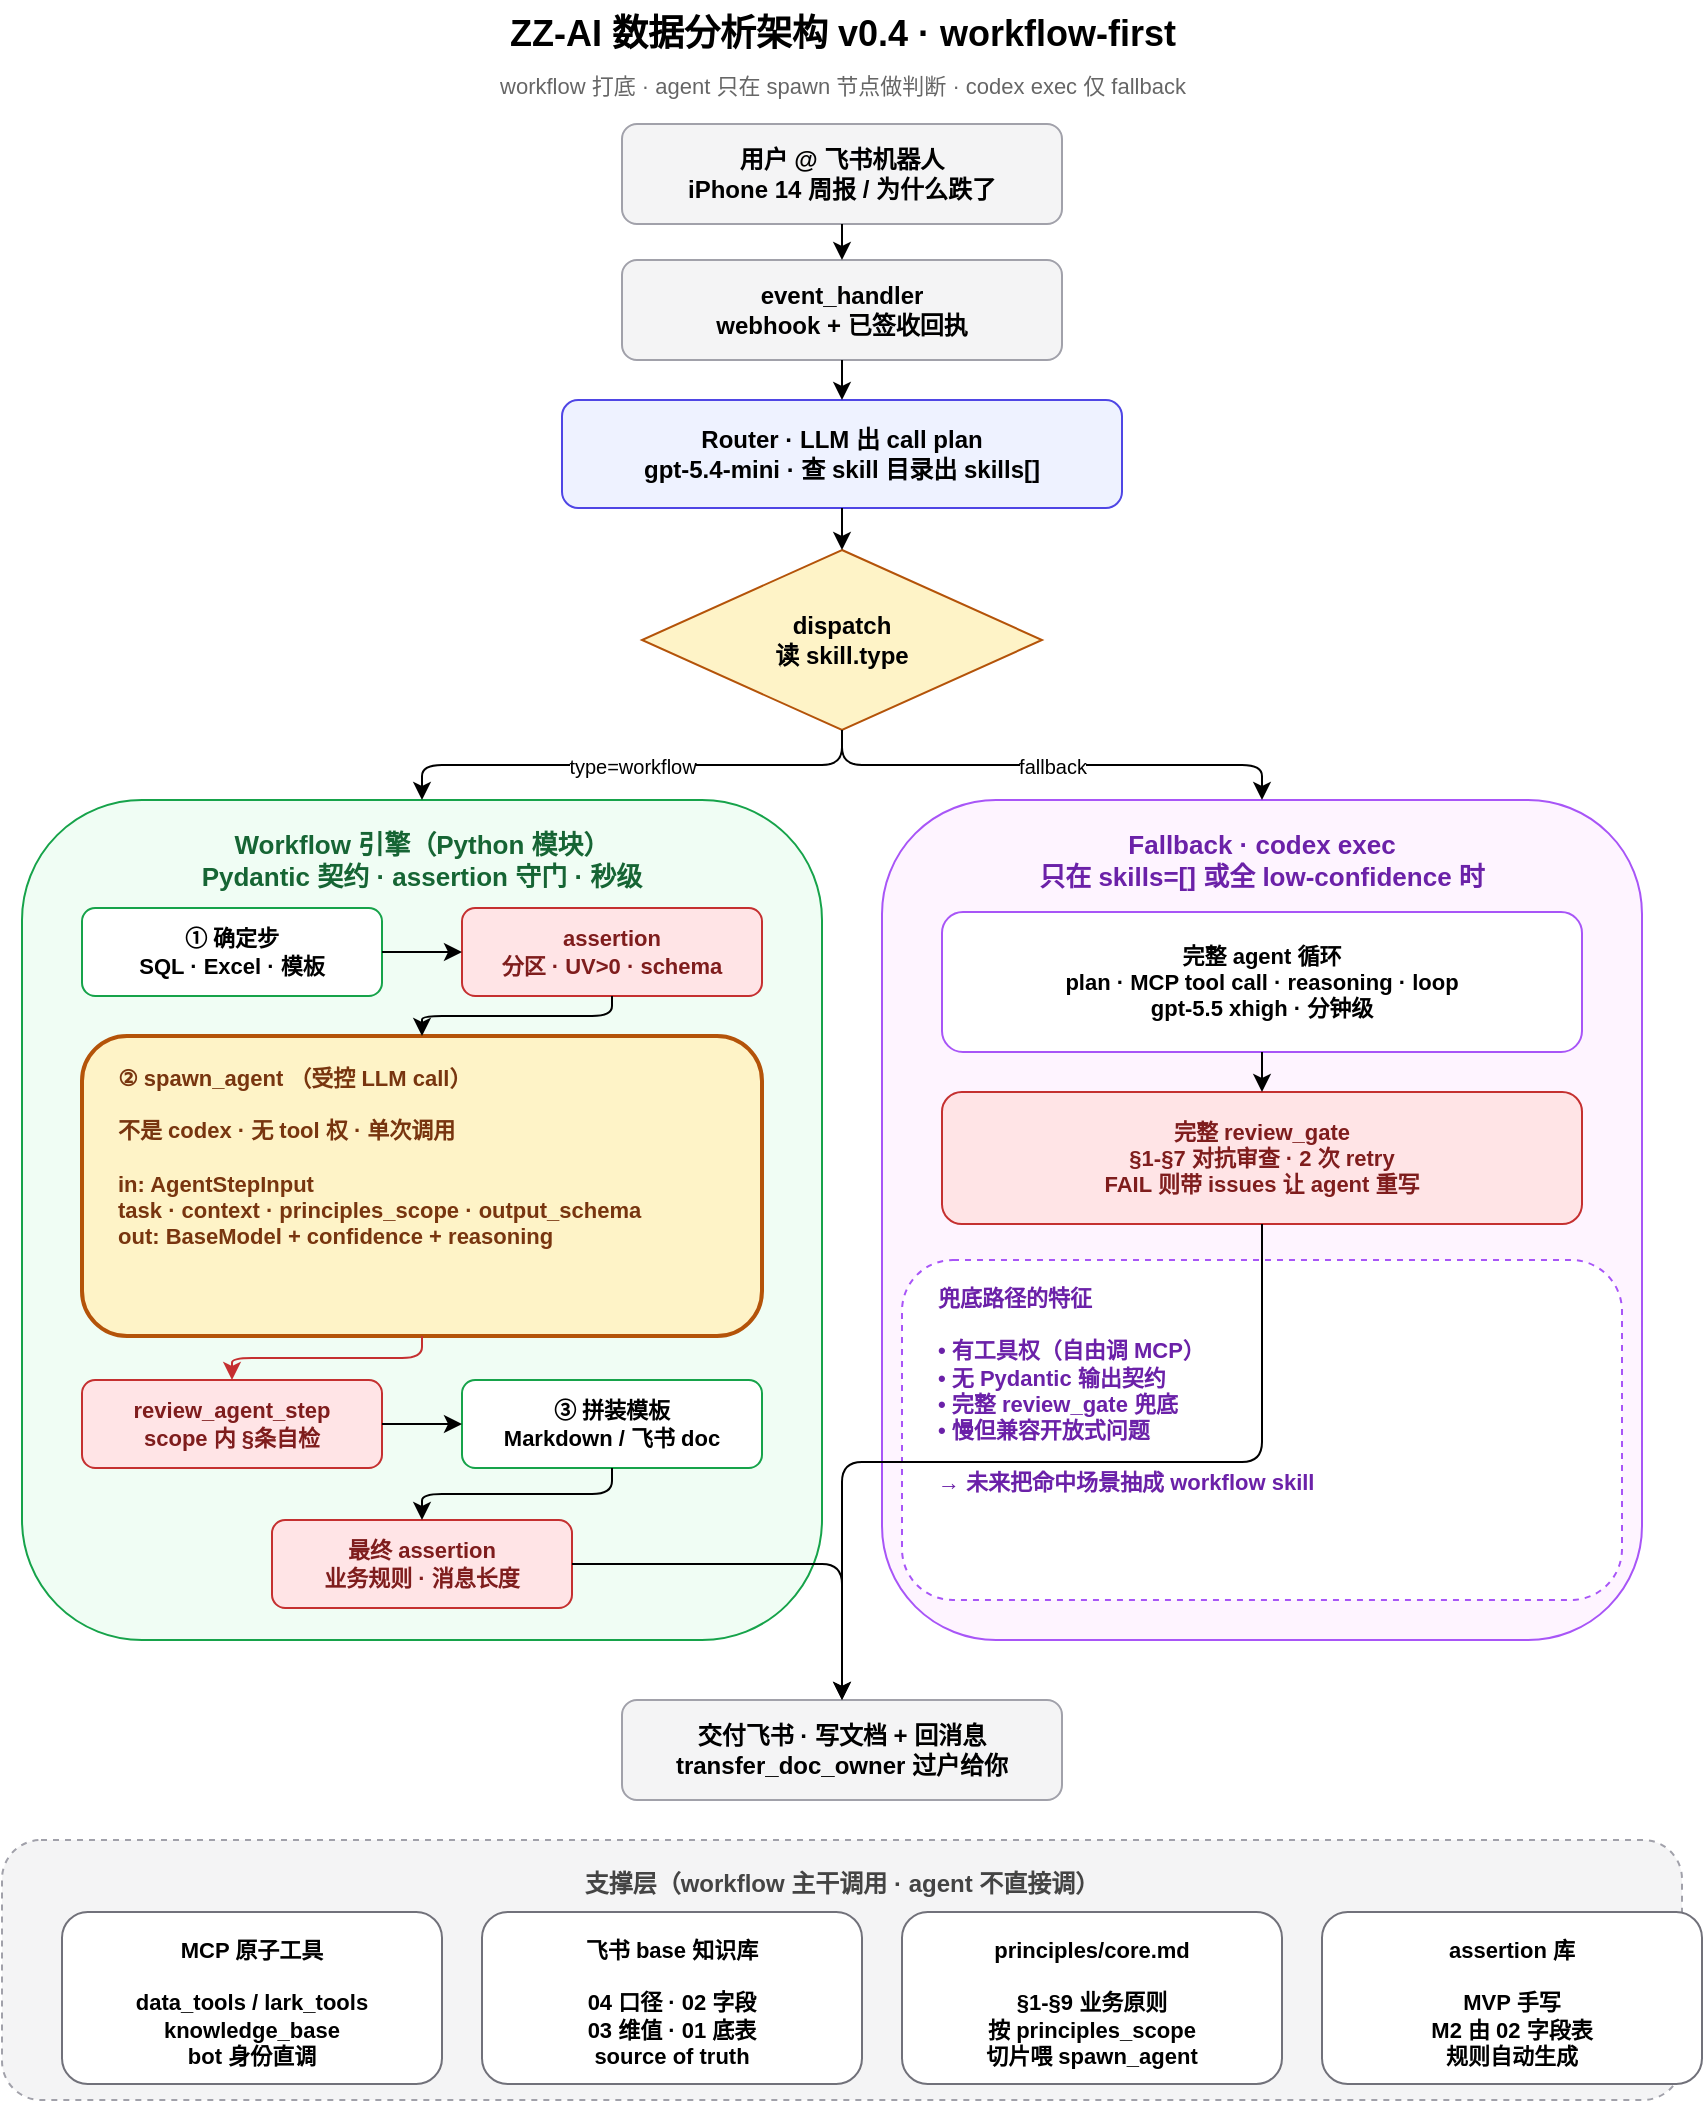
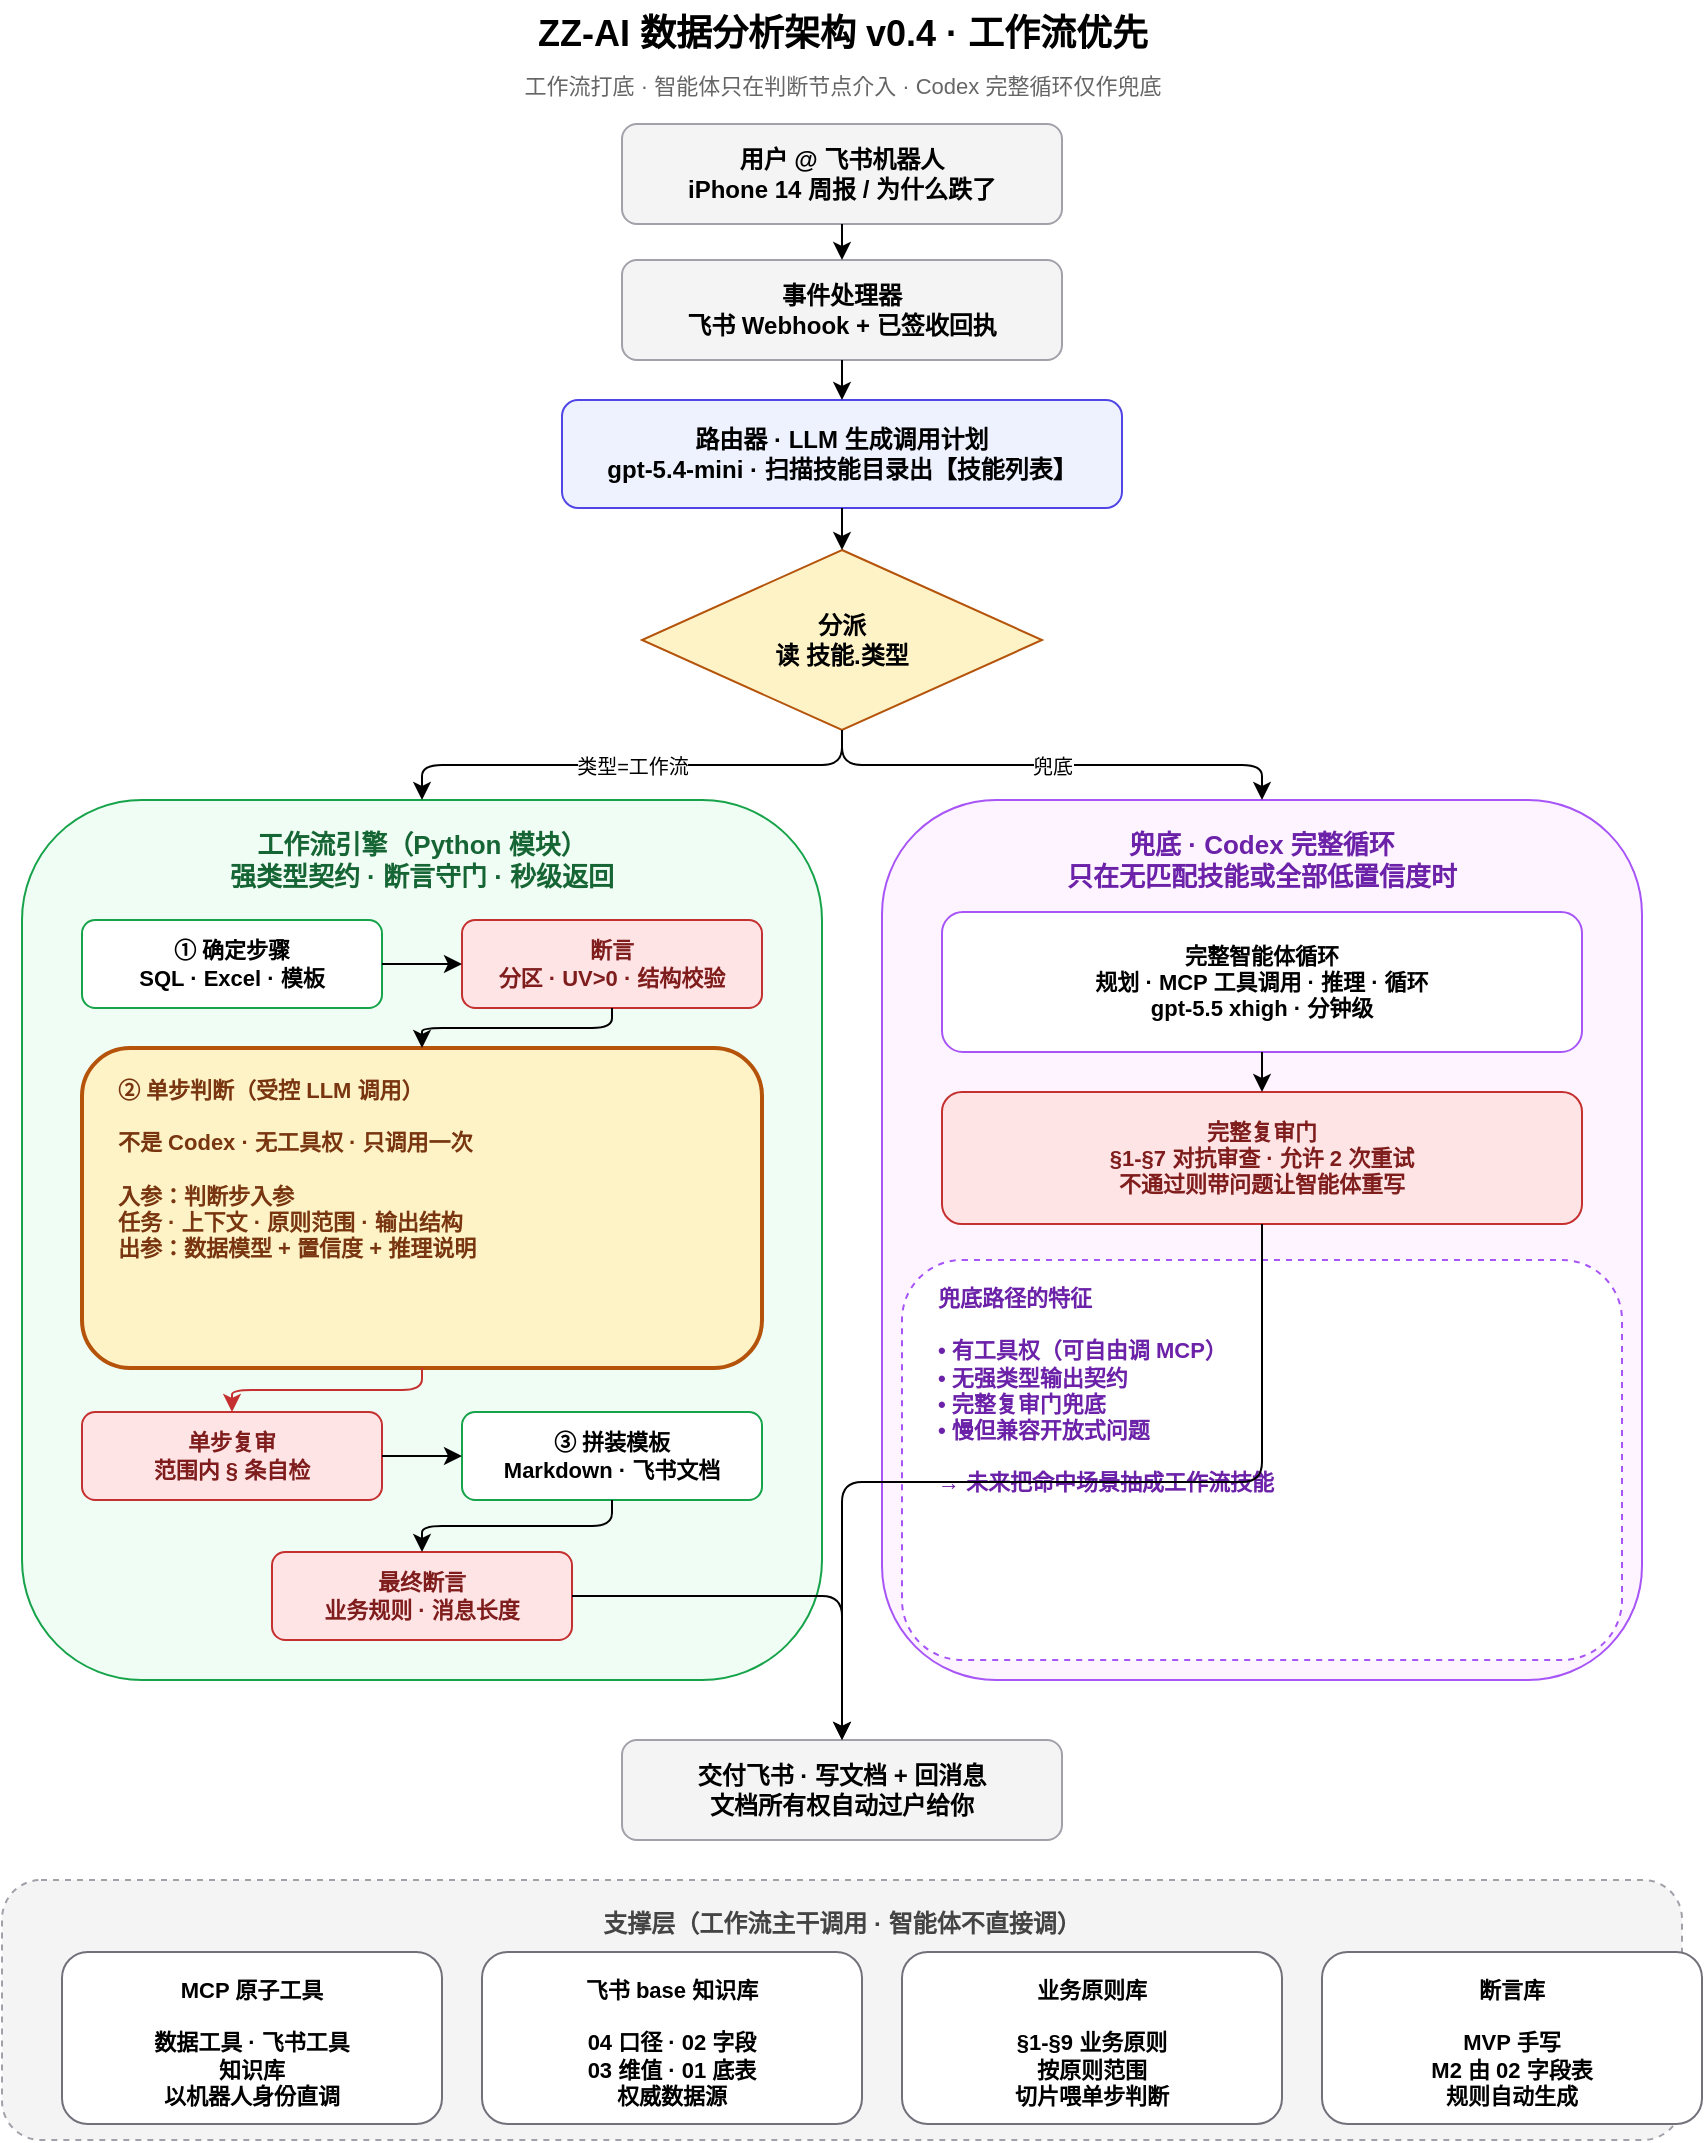
<mxfile host="app.diagrams.net" agent="claude" version="24.0.0">
-   <diagram name="v0.4-workflow-first" id="arch">
-     <mxGraphModel dx="1422" dy="900" grid="1" gridSize="10" guides="1" tooltips="1" connect="1" arrows="1" fold="1" page="1" pageScale="1" pageWidth="940" pageHeight="1020" math="0" shadow="0">
+   <diagram name="v0.4-workflow-first-cn" id="arch">
+     <mxGraphModel dx="1422" dy="900" grid="1" gridSize="10" guides="1" tooltips="1" connect="1" arrows="1" fold="1" page="1" pageScale="1" pageWidth="940" pageHeight="1080" math="0" shadow="0">
      <root>
        <mxCell id="0"/>
        <mxCell id="1" parent="0"/>
-         <mxCell id="title" value="ZZ-AI 数据分析架构 v0.4 · workflow-first" style="text;html=1;strokeColor=none;fillColor=none;align=center;fontSize=18;fontStyle=1" vertex="1" parent="1"><mxGeometry x="220" y="10" width="500" height="30" as="geometry"/></mxCell>
-         <mxCell id="subtitle" value="workflow 打底 · agent 只在 spawn 节点做判断 · codex exec 仅 fallback" style="text;html=1;strokeColor=none;fillColor=none;align=center;fontSize=11;fontColor=#666" vertex="1" parent="1"><mxGeometry x="220" y="40" width="500" height="20" as="geometry"/></mxCell>
+         <mxCell id="title" value="ZZ-AI 数据分析架构 v0.4 · 工作流优先" style="text;html=1;strokeColor=none;fillColor=none;align=center;fontSize=18;fontStyle=1" vertex="1" parent="1"><mxGeometry x="220" y="10" width="500" height="30" as="geometry"/></mxCell>
+         <mxCell id="subtitle" value="工作流打底 · 智能体只在判断节点介入 · Codex 完整循环仅作兜底" style="text;html=1;strokeColor=none;fillColor=none;align=center;fontSize=11;fontColor=#666" vertex="1" parent="1"><mxGeometry x="220" y="40" width="500" height="20" as="geometry"/></mxCell>
        <mxCell id="user" value="用户 @ 飞书机器人&#10;iPhone 14 周报 / 为什么跌了" style="rounded=1;whiteSpace=wrap;html=1;fillColor=#f4f4f5;strokeColor=#a1a1aa;fontSize=12;fontStyle=1" vertex="1" parent="1"><mxGeometry x="360" y="72" width="220" height="50" as="geometry"/></mxCell>
-         <mxCell id="event" value="event_handler&#10;webhook + 已签收回执" style="rounded=1;whiteSpace=wrap;html=1;fillColor=#f4f4f5;strokeColor=#a1a1aa;fontSize=12;fontStyle=1" vertex="1" parent="1"><mxGeometry x="360" y="140" width="220" height="50" as="geometry"/></mxCell>
-         <mxCell id="router" value="Router · LLM 出 call plan&#10;gpt-5.4-mini · 查 skill 目录出 skills[]" style="rounded=1;whiteSpace=wrap;html=1;fillColor=#eef2ff;strokeColor=#4f46e5;fontSize=12;fontStyle=1" vertex="1" parent="1"><mxGeometry x="330" y="210" width="280" height="54" as="geometry"/></mxCell>
-         <mxCell id="dispatch" value="dispatch&#10;读 skill.type" style="rhombus;whiteSpace=wrap;html=1;fillColor=#fef3c7;strokeColor=#b45309;fontSize=12;fontStyle=1" vertex="1" parent="1"><mxGeometry x="370" y="285" width="200" height="90" as="geometry"/></mxCell>
-         <mxCell id="wf-container" value="Workflow 引擎（Python 模块）&#10;Pydantic 契约 · assertion 守门 · 秒级" style="rounded=1;whiteSpace=wrap;html=1;fillColor=#f0fdf4;strokeColor=#16a34a;fontSize=13;fontStyle=1;fontColor=#166534;verticalAlign=top;spacingTop=8" vertex="1" parent="1"><mxGeometry x="60" y="410" width="400" height="420" as="geometry"/></mxCell>
-         <mxCell id="wf1" value="① 确定步&#10;SQL · Excel · 模板" style="rounded=1;whiteSpace=wrap;html=1;fillColor=#ffffff;strokeColor=#16a34a;fontSize=11;fontStyle=1" vertex="1" parent="1"><mxGeometry x="90" y="464" width="150" height="44" as="geometry"/></mxCell>
-         <mxCell id="wf-assert1" value="assertion&#10;分区 · UV&gt;0 · schema" style="rounded=1;whiteSpace=wrap;html=1;fillColor=#ffe4e6;strokeColor=#c53030;fontSize=11;fontStyle=1;fontColor=#7f1d1d" vertex="1" parent="1"><mxGeometry x="280" y="464" width="150" height="44" as="geometry"/></mxCell>
-         <mxCell id="spawn" value="② spawn_agent （受控 LLM call）&#10;&#10;不是 codex · 无 tool 权 · 单次调用&#10;&#10;in:  AgentStepInput&#10;      task · context · principles_scope · output_schema&#10;out: BaseModel + confidence + reasoning" style="rounded=1;whiteSpace=wrap;html=1;fillColor=#fef3c7;strokeColor=#b45309;strokeWidth=2;fontSize=11;fontStyle=1;fontColor=#78350f;align=left;spacingLeft=16;spacingRight=12;spacingTop=8;spacingBottom=8;verticalAlign=top" vertex="1" parent="1"><mxGeometry x="90" y="528" width="340" height="150" as="geometry"/></mxCell>
-         <mxCell id="wf-review" value="review_agent_step&#10;scope 内 §条自检" style="rounded=1;whiteSpace=wrap;html=1;fillColor=#ffe4e6;strokeColor=#c53030;fontSize=11;fontStyle=1;fontColor=#7f1d1d" vertex="1" parent="1"><mxGeometry x="90" y="700" width="150" height="44" as="geometry"/></mxCell>
-         <mxCell id="wf3" value="③ 拼装模板&#10;Markdown / 飞书 doc" style="rounded=1;whiteSpace=wrap;html=1;fillColor=#ffffff;strokeColor=#16a34a;fontSize=11;fontStyle=1" vertex="1" parent="1"><mxGeometry x="280" y="700" width="150" height="44" as="geometry"/></mxCell>
-         <mxCell id="wf-final" value="最终 assertion&#10;业务规则 · 消息长度" style="rounded=1;whiteSpace=wrap;html=1;fillColor=#ffe4e6;strokeColor=#c53030;fontSize=11;fontStyle=1;fontColor=#7f1d1d" vertex="1" parent="1"><mxGeometry x="185" y="770" width="150" height="44" as="geometry"/></mxCell>
-         <mxCell id="fb-container" value="Fallback · codex exec&#10;只在 skills=[] 或全 low-confidence 时" style="rounded=1;whiteSpace=wrap;html=1;fillColor=#fef4ff;strokeColor=#a855f7;fontSize=13;fontStyle=1;fontColor=#6b21a8;verticalAlign=top;spacingTop=8" vertex="1" parent="1"><mxGeometry x="490" y="410" width="380" height="420" as="geometry"/></mxCell>
-         <mxCell id="fb-loop" value="完整 agent 循环&#10;plan · MCP tool call · reasoning · loop&#10;gpt-5.5 xhigh · 分钟级" style="rounded=1;whiteSpace=wrap;html=1;fillColor=#ffffff;strokeColor=#a855f7;fontSize=11;fontStyle=1" vertex="1" parent="1"><mxGeometry x="520" y="466" width="320" height="70" as="geometry"/></mxCell>
-         <mxCell id="fb-review" value="完整 review_gate&#10;§1-§7 对抗审查 · 2 次 retry&#10;FAIL 则带 issues 让 agent 重写" style="rounded=1;whiteSpace=wrap;html=1;fillColor=#ffe4e6;strokeColor=#c53030;fontSize=11;fontStyle=1;fontColor=#7f1d1d" vertex="1" parent="1"><mxGeometry x="520" y="556" width="320" height="66" as="geometry"/></mxCell>
-         <mxCell id="fb-notes" value="兜底路径的特征&#10;&#10;• 有工具权（自由调 MCP）&#10;• 无 Pydantic 输出契约&#10;• 完整 review_gate 兜底&#10;• 慢但兼容开放式问题&#10;&#10;→ 未来把命中场景抽成 workflow skill" style="rounded=1;whiteSpace=wrap;html=1;fillColor=#ffffff;strokeColor=#a855f7;dashed=1;fontSize=11;fontStyle=1;fontColor=#6b21a8;align=left;spacingLeft=16;verticalAlign=top;spacingTop=6" vertex="1" parent="1"><mxGeometry x="500" y="640" width="360" height="170" as="geometry"/></mxCell>
-         <mxCell id="deliver" value="交付飞书 · 写文档 + 回消息&#10;transfer_doc_owner 过户给你" style="rounded=1;whiteSpace=wrap;html=1;fillColor=#f4f4f5;strokeColor=#a1a1aa;fontSize=12;fontStyle=1" vertex="1" parent="1"><mxGeometry x="360" y="860" width="220" height="50" as="geometry"/></mxCell>
-         <mxCell id="sup" value="支撑层（workflow 主干调用 · agent 不直接调）" style="rounded=1;whiteSpace=wrap;html=1;fillColor=#f4f4f5;strokeColor=#a1a1aa;dashed=1;fontSize=12;fontStyle=1;verticalAlign=top;fontColor=#444;spacingTop=8" vertex="1" parent="1"><mxGeometry x="50" y="930" width="840" height="130" as="geometry"/></mxCell>
-         <mxCell id="sup-mcp" value="MCP 原子工具&#10;&#10;data_tools / lark_tools&#10;knowledge_base&#10;bot 身份直调" style="rounded=1;whiteSpace=wrap;html=1;fillColor=#ffffff;strokeColor=#71717a;fontSize=11;fontStyle=1;verticalAlign=top;spacingTop=6" vertex="1" parent="1"><mxGeometry x="80" y="966" width="190" height="86" as="geometry"/></mxCell>
-         <mxCell id="sup-base" value="飞书 base 知识库&#10;&#10;04 口径 · 02 字段&#10;03 维值 · 01 底表&#10;source of truth" style="rounded=1;whiteSpace=wrap;html=1;fillColor=#ffffff;strokeColor=#71717a;fontSize=11;fontStyle=1;verticalAlign=top;spacingTop=6" vertex="1" parent="1"><mxGeometry x="290" y="966" width="190" height="86" as="geometry"/></mxCell>
-         <mxCell id="sup-princ" value="principles/core.md&#10;&#10;§1-§9 业务原则&#10;按 principles_scope&#10;切片喂 spawn_agent" style="rounded=1;whiteSpace=wrap;html=1;fillColor=#ffffff;strokeColor=#71717a;fontSize=11;fontStyle=1;verticalAlign=top;spacingTop=6" vertex="1" parent="1"><mxGeometry x="500" y="966" width="190" height="86" as="geometry"/></mxCell>
-         <mxCell id="sup-assert" value="assertion 库&#10;&#10;MVP 手写&#10;M2 由 02 字段表&#10;规则自动生成" style="rounded=1;whiteSpace=wrap;html=1;fillColor=#ffffff;strokeColor=#71717a;fontSize=11;fontStyle=1;verticalAlign=top;spacingTop=6" vertex="1" parent="1"><mxGeometry x="710" y="966" width="190" height="86" as="geometry"/></mxCell>
+         <mxCell id="event" value="事件处理器&#10;飞书 Webhook + 已签收回执" style="rounded=1;whiteSpace=wrap;html=1;fillColor=#f4f4f5;strokeColor=#a1a1aa;fontSize=12;fontStyle=1" vertex="1" parent="1"><mxGeometry x="360" y="140" width="220" height="50" as="geometry"/></mxCell>
+         <mxCell id="router" value="路由器 · LLM 生成调用计划&#10;gpt-5.4-mini · 扫描技能目录出【技能列表】" style="rounded=1;whiteSpace=wrap;html=1;fillColor=#eef2ff;strokeColor=#4f46e5;fontSize=12;fontStyle=1" vertex="1" parent="1"><mxGeometry x="330" y="210" width="280" height="54" as="geometry"/></mxCell>
+         <mxCell id="dispatch" value="分派&#10;读 技能.类型" style="rhombus;whiteSpace=wrap;html=1;fillColor=#fef3c7;strokeColor=#b45309;fontSize=12;fontStyle=1" vertex="1" parent="1"><mxGeometry x="370" y="285" width="200" height="90" as="geometry"/></mxCell>
+         <mxCell id="wf-container" value="工作流引擎（Python 模块）&#10;强类型契约 · 断言守门 · 秒级返回" style="rounded=1;whiteSpace=wrap;html=1;fillColor=#f0fdf4;strokeColor=#16a34a;fontSize=13;fontStyle=1;fontColor=#166534;verticalAlign=top;spacingTop=8" vertex="1" parent="1"><mxGeometry x="60" y="410" width="400" height="440" as="geometry"/></mxCell>
+         <mxCell id="wf1" value="① 确定步骤&#10;SQL · Excel · 模板" style="rounded=1;whiteSpace=wrap;html=1;fillColor=#ffffff;strokeColor=#16a34a;fontSize=11;fontStyle=1" vertex="1" parent="1"><mxGeometry x="90" y="470" width="150" height="44" as="geometry"/></mxCell>
+         <mxCell id="wf-assert1" value="断言&#10;分区 · UV&gt;0 · 结构校验" style="rounded=1;whiteSpace=wrap;html=1;fillColor=#ffe4e6;strokeColor=#c53030;fontSize=11;fontStyle=1;fontColor=#7f1d1d" vertex="1" parent="1"><mxGeometry x="280" y="470" width="150" height="44" as="geometry"/></mxCell>
+         <mxCell id="spawn" value="② 单步判断（受控 LLM 调用）&#10;&#10;不是 Codex · 无工具权 · 只调用一次&#10;&#10;入参：判断步入参&#10;      任务 · 上下文 · 原则范围 · 输出结构&#10;出参：数据模型 + 置信度 + 推理说明" style="rounded=1;whiteSpace=wrap;html=1;fillColor=#fef3c7;strokeColor=#b45309;strokeWidth=2;fontSize=11;fontStyle=1;fontColor=#78350f;align=left;spacingLeft=16;spacingRight=12;spacingTop=8;spacingBottom=8;verticalAlign=top" vertex="1" parent="1"><mxGeometry x="90" y="534" width="340" height="160" as="geometry"/></mxCell>
+         <mxCell id="wf-review" value="单步复审&#10;范围内 § 条自检" style="rounded=1;whiteSpace=wrap;html=1;fillColor=#ffe4e6;strokeColor=#c53030;fontSize=11;fontStyle=1;fontColor=#7f1d1d" vertex="1" parent="1"><mxGeometry x="90" y="716" width="150" height="44" as="geometry"/></mxCell>
+         <mxCell id="wf3" value="③ 拼装模板&#10;Markdown · 飞书文档" style="rounded=1;whiteSpace=wrap;html=1;fillColor=#ffffff;strokeColor=#16a34a;fontSize=11;fontStyle=1" vertex="1" parent="1"><mxGeometry x="280" y="716" width="150" height="44" as="geometry"/></mxCell>
+         <mxCell id="wf-final" value="最终断言&#10;业务规则 · 消息长度" style="rounded=1;whiteSpace=wrap;html=1;fillColor=#ffe4e6;strokeColor=#c53030;fontSize=11;fontStyle=1;fontColor=#7f1d1d" vertex="1" parent="1"><mxGeometry x="185" y="786" width="150" height="44" as="geometry"/></mxCell>
+         <mxCell id="fb-container" value="兜底 · Codex 完整循环&#10;只在无匹配技能或全部低置信度时" style="rounded=1;whiteSpace=wrap;html=1;fillColor=#fef4ff;strokeColor=#a855f7;fontSize=13;fontStyle=1;fontColor=#6b21a8;verticalAlign=top;spacingTop=8" vertex="1" parent="1"><mxGeometry x="490" y="410" width="380" height="440" as="geometry"/></mxCell>
+         <mxCell id="fb-loop" value="完整智能体循环&#10;规划 · MCP 工具调用 · 推理 · 循环&#10;gpt-5.5 xhigh · 分钟级" style="rounded=1;whiteSpace=wrap;html=1;fillColor=#ffffff;strokeColor=#a855f7;fontSize=11;fontStyle=1" vertex="1" parent="1"><mxGeometry x="520" y="466" width="320" height="70" as="geometry"/></mxCell>
+         <mxCell id="fb-review" value="完整复审门&#10;§1-§7 对抗审查 · 允许 2 次重试&#10;不通过则带问题让智能体重写" style="rounded=1;whiteSpace=wrap;html=1;fillColor=#ffe4e6;strokeColor=#c53030;fontSize=11;fontStyle=1;fontColor=#7f1d1d" vertex="1" parent="1"><mxGeometry x="520" y="556" width="320" height="66" as="geometry"/></mxCell>
+         <mxCell id="fb-notes" value="兜底路径的特征&#10;&#10;• 有工具权（可自由调 MCP）&#10;• 无强类型输出契约&#10;• 完整复审门兜底&#10;• 慢但兼容开放式问题&#10;&#10;→ 未来把命中场景抽成工作流技能" style="rounded=1;whiteSpace=wrap;html=1;fillColor=#ffffff;strokeColor=#a855f7;dashed=1;fontSize=11;fontStyle=1;fontColor=#6b21a8;align=left;spacingLeft=16;verticalAlign=top;spacingTop=6" vertex="1" parent="1"><mxGeometry x="500" y="640" width="360" height="200" as="geometry"/></mxCell>
+         <mxCell id="deliver" value="交付飞书 · 写文档 + 回消息&#10;文档所有权自动过户给你" style="rounded=1;whiteSpace=wrap;html=1;fillColor=#f4f4f5;strokeColor=#a1a1aa;fontSize=12;fontStyle=1" vertex="1" parent="1"><mxGeometry x="360" y="880" width="220" height="50" as="geometry"/></mxCell>
+         <mxCell id="sup" value="支撑层（工作流主干调用 · 智能体不直接调）" style="rounded=1;whiteSpace=wrap;html=1;fillColor=#f4f4f5;strokeColor=#a1a1aa;dashed=1;fontSize=12;fontStyle=1;verticalAlign=top;fontColor=#444;spacingTop=8" vertex="1" parent="1"><mxGeometry x="50" y="950" width="840" height="130" as="geometry"/></mxCell>
+         <mxCell id="sup-mcp" value="MCP 原子工具&#10;&#10;数据工具 · 飞书工具&#10;知识库&#10;以机器人身份直调" style="rounded=1;whiteSpace=wrap;html=1;fillColor=#ffffff;strokeColor=#71717a;fontSize=11;fontStyle=1;verticalAlign=top;spacingTop=6" vertex="1" parent="1"><mxGeometry x="80" y="986" width="190" height="86" as="geometry"/></mxCell>
+         <mxCell id="sup-base" value="飞书 base 知识库&#10;&#10;04 口径 · 02 字段&#10;03 维值 · 01 底表&#10;权威数据源" style="rounded=1;whiteSpace=wrap;html=1;fillColor=#ffffff;strokeColor=#71717a;fontSize=11;fontStyle=1;verticalAlign=top;spacingTop=6" vertex="1" parent="1"><mxGeometry x="290" y="986" width="190" height="86" as="geometry"/></mxCell>
+         <mxCell id="sup-princ" value="业务原则库&#10;&#10;§1-§9 业务原则&#10;按原则范围&#10;切片喂单步判断" style="rounded=1;whiteSpace=wrap;html=1;fillColor=#ffffff;strokeColor=#71717a;fontSize=11;fontStyle=1;verticalAlign=top;spacingTop=6" vertex="1" parent="1"><mxGeometry x="500" y="986" width="190" height="86" as="geometry"/></mxCell>
+         <mxCell id="sup-assert" value="断言库&#10;&#10;MVP 手写&#10;M2 由 02 字段表&#10;规则自动生成" style="rounded=1;whiteSpace=wrap;html=1;fillColor=#ffffff;strokeColor=#71717a;fontSize=11;fontStyle=1;verticalAlign=top;spacingTop=6" vertex="1" parent="1"><mxGeometry x="710" y="986" width="190" height="86" as="geometry"/></mxCell>
        <mxCell id="e1" style="edgeStyle=orthogonalEdgeStyle;html=1;endArrow=classic" edge="1" parent="1" source="user" target="event"><mxGeometry relative="1" as="geometry"/></mxCell>
        <mxCell id="e2" style="edgeStyle=orthogonalEdgeStyle;html=1;endArrow=classic" edge="1" parent="1" source="event" target="router"><mxGeometry relative="1" as="geometry"/></mxCell>
        <mxCell id="e3" style="edgeStyle=orthogonalEdgeStyle;html=1;endArrow=classic" edge="1" parent="1" source="router" target="dispatch"><mxGeometry relative="1" as="geometry"/></mxCell>
-         <mxCell id="e4" value="type=workflow" style="edgeStyle=orthogonalEdgeStyle;html=1;endArrow=classic;fontSize=10" edge="1" parent="1" source="dispatch" target="wf-container"><mxGeometry relative="1" as="geometry"/></mxCell>
-         <mxCell id="e5" value="fallback" style="edgeStyle=orthogonalEdgeStyle;html=1;endArrow=classic;fontSize=10" edge="1" parent="1" source="dispatch" target="fb-container"><mxGeometry relative="1" as="geometry"/></mxCell>
+         <mxCell id="e4" value="类型=工作流" style="edgeStyle=orthogonalEdgeStyle;html=1;endArrow=classic;fontSize=10" edge="1" parent="1" source="dispatch" target="wf-container"><mxGeometry relative="1" as="geometry"/></mxCell>
+         <mxCell id="e5" value="兜底" style="edgeStyle=orthogonalEdgeStyle;html=1;endArrow=classic;fontSize=10" edge="1" parent="1" source="dispatch" target="fb-container"><mxGeometry relative="1" as="geometry"/></mxCell>
        <mxCell id="e6" style="edgeStyle=orthogonalEdgeStyle;html=1;endArrow=classic" edge="1" parent="1" source="wf1" target="wf-assert1"><mxGeometry relative="1" as="geometry"/></mxCell>
        <mxCell id="e7" style="edgeStyle=orthogonalEdgeStyle;html=1;endArrow=classic" edge="1" parent="1" source="wf-assert1" target="spawn"><mxGeometry relative="1" as="geometry"/></mxCell>
        <mxCell id="e8" style="edgeStyle=orthogonalEdgeStyle;html=1;endArrow=classic;strokeColor=#c53030" edge="1" parent="1" source="spawn" target="wf-review"><mxGeometry relative="1" as="geometry"/></mxCell>
        <mxCell id="e9" style="edgeStyle=orthogonalEdgeStyle;html=1;endArrow=classic" edge="1" parent="1" source="wf-review" target="wf3"><mxGeometry relative="1" as="geometry"/></mxCell>
        <mxCell id="e10" style="edgeStyle=orthogonalEdgeStyle;html=1;endArrow=classic" edge="1" parent="1" source="wf3" target="wf-final"><mxGeometry relative="1" as="geometry"/></mxCell>
        <mxCell id="e11" style="edgeStyle=orthogonalEdgeStyle;html=1;endArrow=classic" edge="1" parent="1" source="wf-final" target="deliver"><mxGeometry relative="1" as="geometry"/></mxCell>
        <mxCell id="e12" style="edgeStyle=orthogonalEdgeStyle;html=1;endArrow=classic" edge="1" parent="1" source="fb-loop" target="fb-review"><mxGeometry relative="1" as="geometry"/></mxCell>
        <mxCell id="e13" style="edgeStyle=orthogonalEdgeStyle;html=1;endArrow=classic" edge="1" parent="1" source="fb-review" target="deliver"><mxGeometry relative="1" as="geometry"/></mxCell>
      </root>
    </mxGraphModel>
  </diagram>
</mxfile>
